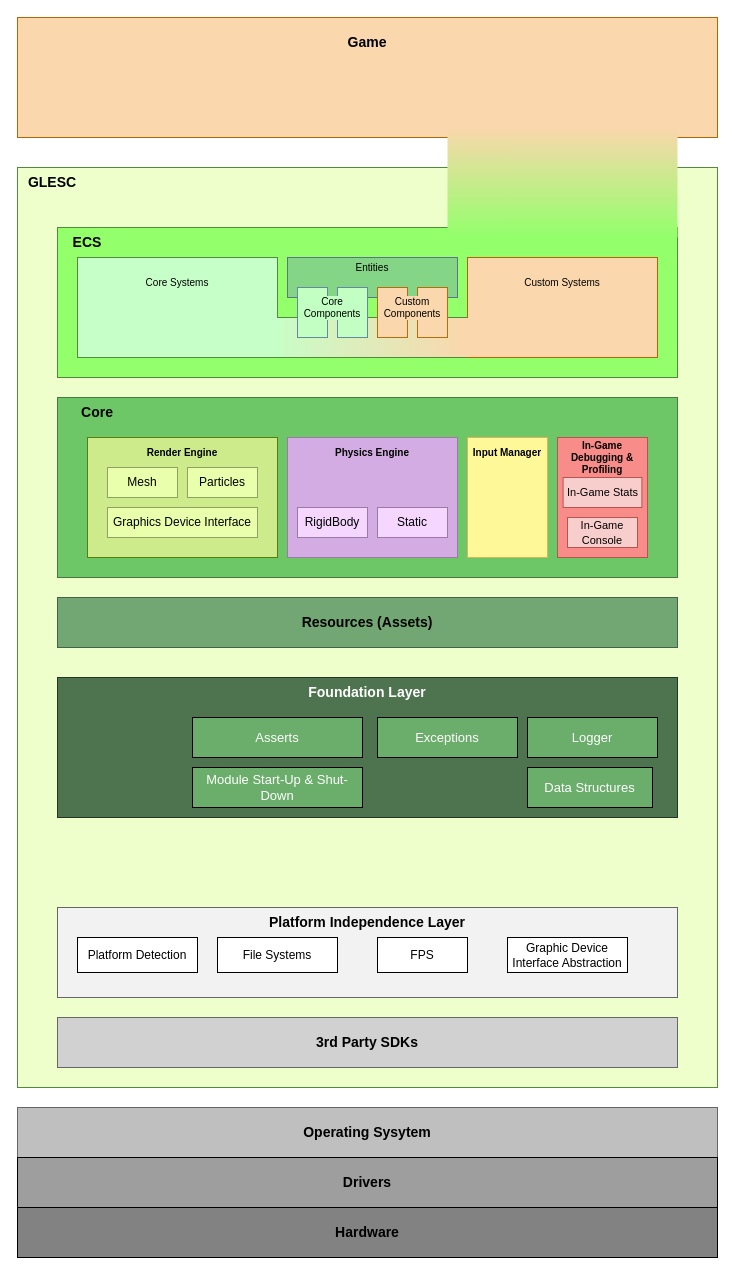
Before: doc/diagrams/Architecture_Diagram.drawio in valydumitru01/GLESC, a draw.io diagram. Source tidied: cells renumbered, new cells numbered last; positions are measured from the earlier drawing's top-left corner, leaving out a move shared by most shapes. Both pictures are drawn from the tidied source at 100%, with x=0, y=0 at pixel (17, 17).
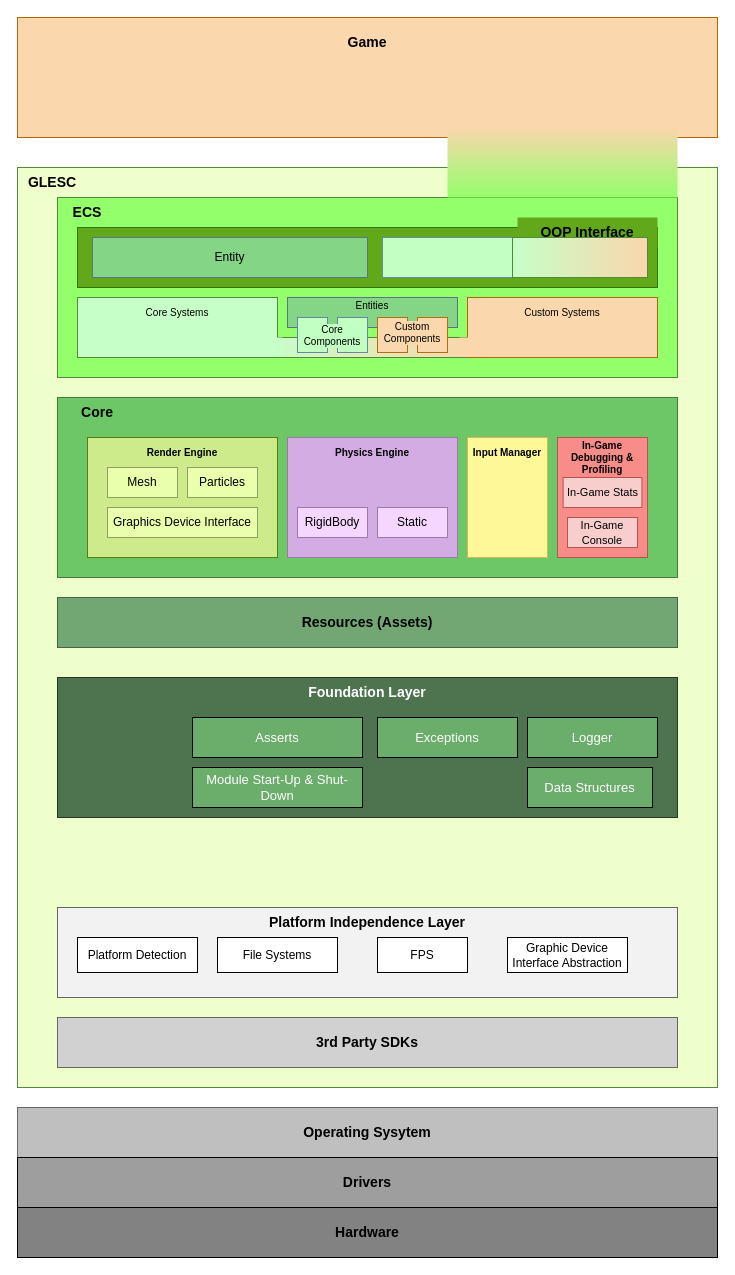
After the change.

The edit, as a diff of the source:
```diff
@@
     <mxCell id="25" style="rounded=0;whiteSpace=wrap;html=1;strokeColor=#528a3c;fillColor=#93ff6b;strokeWidth=1;shadow=0;glass=0;" parent="1" vertex="1">
-      <mxGeometry x="40" y="210" width="620" height="150" as="geometry" />
+      <mxGeometry x="40" y="180" width="620" height="180" as="geometry" />
     </mxCell>
     <mxCell id="26" style="group;shadow=0;glass=0;rounded=0;" parent="1" vertex="1">
-      <mxGeometry x="270" y="240" width="170" height="40" as="geometry" />
+      <mxGeometry x="270" y="280" width="170" height="30" as="geometry" />
     </mxCell>
     <mxCell id="27" style="rounded=0;whiteSpace=wrap;html=1;fillColor=#85d587;strokeColor=#5b7586;gradientColor=none;shadow=0;glass=0;" parent="26" vertex="1">
-      <mxGeometry width="170" height="40" as="geometry" />
+      <mxGeometry width="170" height="30" as="geometry" />
     </mxCell>
     <mxCell id="28" value="Entities" style="text;html=1;strokeColor=none;fillColor=none;align=center;verticalAlign=middle;whiteSpace=wrap;rounded=0;fontSize=10;shadow=0;glass=0;" parent="26" vertex="1">
-      <mxGeometry width="170" height="20" as="geometry" />
+      <mxGeometry width="170" height="15" as="geometry" />
     </mxCell>
     <mxCell id="29" value="ECS" style="text;html=1;strokeColor=none;fillColor=none;align=center;verticalAlign=middle;whiteSpace=wrap;rounded=0;fontStyle=1;fontSize=14;shadow=0;glass=0;" parent="1" vertex="1">
-      <mxGeometry x="40" y="210" width="60" height="30" as="geometry" />
+      <mxGeometry x="40" y="180" width="60" height="30" as="geometry" />
     </mxCell>
     <mxCell id="30" style="rounded=0;whiteSpace=wrap;html=1;perimeterSpacing=0;fillColor=#fad7ac;gradientColor=#93ff6b;strokeColor=none;strokeWidth=0;shadow=0;glass=0;" parent="1" vertex="1">
-      <mxGeometry x="430" y="110" width="230" height="110" as="geometry" />
+      <mxGeometry x="430" y="110" width="230" height="70" as="geometry" />
     </mxCell>
     <mxCell id="31" style="rounded=0;whiteSpace=wrap;html=1;rotation=90;fillColor=#c6ffc8;gradientColor=#fad7ac;gradientDirection=north;strokeColor=#528a3c;shadow=0;glass=0;" parent="1" vertex="1">
-      <mxGeometry x="330" y="220" width="40" height="200" as="geometry" />
+      <mxGeometry x="340" y="230" width="20" height="200" as="geometry" />
     </mxCell>
     <mxCell id="32" style="group;strokeColor=none;shadow=0;glass=0;rounded=0;" parent="1" vertex="1">
-      <mxGeometry x="60" y="240" width="200" height="100" as="geometry" />
+      <mxGeometry x="60" y="280" width="200" height="60" as="geometry" />
     </mxCell>
     <mxCell id="33" style="group;shadow=0;glass=0;rounded=0;" parent="32" vertex="1">
-      <mxGeometry width="200" height="100" as="geometry" />
+      <mxGeometry width="200" height="60" as="geometry" />
     </mxCell>
     <mxCell id="34" style="rounded=0;whiteSpace=wrap;html=1;fillColor=#c7ffc8;strokeColor=#518b3c;shadow=0;glass=0;" parent="33" vertex="1">
-      <mxGeometry width="200" height="100" as="geometry" />
+      <mxGeometry width="200" height="60" as="geometry" />
     </mxCell>
     <mxCell id="35" value="Core Systems" style="text;html=1;strokeColor=none;fillColor=none;align=center;verticalAlign=middle;whiteSpace=wrap;rounded=0;fontSize=10;shadow=0;glass=0;" parent="33" vertex="1">
-      <mxGeometry width="200" height="50" as="geometry" />
+      <mxGeometry width="200" height="30" as="geometry" />
     </mxCell>
     <mxCell id="36" style="group;shadow=0;glass=0;rounded=0;" parent="1" vertex="1">
-      <mxGeometry x="450" y="240" width="190" height="100" as="geometry" />
+      <mxGeometry x="450" y="280" width="190" height="60" as="geometry" />
     </mxCell>
     <mxCell id="37" style="rounded=0;whiteSpace=wrap;html=1;fillColor=#FAD7AC;gradientColor=#fad7ac;gradientDirection=north;strokeColor=#b46505;shadow=0;glass=0;" parent="36" vertex="1">
-      <mxGeometry width="190" height="100" as="geometry" />
+      <mxGeometry width="190" height="60" as="geometry" />
     </mxCell>
     <mxCell id="38" value="Custom Systems" style="text;html=1;strokeColor=none;fillColor=none;align=center;verticalAlign=middle;whiteSpace=wrap;rounded=0;fontSize=10;shadow=0;glass=0;" parent="36" vertex="1">
-      <mxGeometry width="190" height="50" as="geometry" />
+      <mxGeometry width="190" height="30" as="geometry" />
     </mxCell>
     <mxCell id="39" style="rounded=0;whiteSpace=wrap;html=1;fillColor=#c3ffc2;strokeColor=#6489A0;shadow=0;glass=0;" parent="1" vertex="1">
-      <mxGeometry x="280" y="270" width="30" height="50" as="geometry" />
+      <mxGeometry x="280" y="300" width="30" height="35" as="geometry" />
     </mxCell>
     <mxCell id="40" style="rounded=0;whiteSpace=wrap;html=1;fillColor=#c3ffc2;strokeColor=#6489A0;shadow=0;glass=0;" parent="1" vertex="1">
-      <mxGeometry x="320" y="270" width="30" height="50" as="geometry" />
+      <mxGeometry x="320" y="300" width="30" height="35" as="geometry" />
     </mxCell>
     <mxCell id="41" style="rounded=0;whiteSpace=wrap;html=1;fillColor=#fad7ac;strokeColor=#b36e0f;shadow=0;glass=0;" parent="1" vertex="1">
-      <mxGeometry x="400" y="270" width="30" height="50" as="geometry" />
+      <mxGeometry x="400" y="300" width="30" height="35" as="geometry" />
     </mxCell>
     <mxCell id="42" style="rounded=0;whiteSpace=wrap;html=1;fillColor=#fad7ac;strokeColor=#b36e0f;shadow=0;glass=0;" parent="1" vertex="1">
-      <mxGeometry x="360" y="270" width="30" height="50" as="geometry" />
+      <mxGeometry x="360" y="300" width="30" height="35" as="geometry" />
     </mxCell>
     <mxCell id="43" style="rounded=0;whiteSpace=wrap;html=1;strokeColor=none;fillColor=#fad7ac;shadow=0;glass=0;" parent="1" vertex="1">
-      <mxGeometry x="442" y="300.5" width="10" height="39" as="geometry" />
+      <mxGeometry x="442" y="320" width="10" height="19.5" as="geometry" />
     </mxCell>
     <mxCell id="44" style="rounded=0;whiteSpace=wrap;html=1;strokeColor=none;fillColor=#c6ffc8;shadow=0;glass=0;" parent="1" vertex="1">
-      <mxGeometry x="255" y="300.5" width="10" height="39" as="geometry" />
+      <mxGeometry x="255" y="320" width="10" height="19.5" as="geometry" />
     </mxCell>
     <mxCell id="45" value="Custom Components" style="text;strokeColor=none;fillColor=none;align=center;verticalAlign=middle;rounded=0;fontSize=10;labelBackgroundColor=#fad7ac;labelBorderColor=none;shadow=0;glass=0;whiteSpace=wrap;html=1;" parent="1" vertex="1">
-      <mxGeometry x="360" y="270" width="70" height="40" as="geometry" />
+      <mxGeometry x="360" y="295" width="70" height="40" as="geometry" />
     </mxCell>
     <mxCell id="46" value="Core Components" style="text;html=1;strokeColor=none;fillColor=none;align=center;verticalAlign=middle;whiteSpace=wrap;rounded=0;fontSize=10;rotation=0;labelBorderColor=none;labelBackgroundColor=#c2ffc2;shadow=0;glass=0;" parent="1" vertex="1">
-      <mxGeometry x="280" y="270" width="70" height="40" as="geometry" />
+      <mxGeometry x="280" y="305" width="70" height="25" as="geometry" />
     </mxCell>
@@
+    <mxCell id="68" style="rounded=0;whiteSpace=wrap;html=1;strokeColor=#2D7600;fillColor=#61A81A;fontColor=#ffffff;gradientColor=none;fillStyle=auto;" parent="1" vertex="1">
+      <mxGeometry x="60" y="210" width="580" height="60" as="geometry" />
+    </mxCell>
+    <mxCell id="69" value="OOP Interface" style="text;html=1;strokeColor=none;fillColor=#61A81A;align=center;verticalAlign=middle;whiteSpace=wrap;rounded=0;fontStyle=1;fontSize=14;shadow=0;glass=0;" parent="1" vertex="1">
+      <mxGeometry x="500" y="200" width="140" height="30" as="geometry" />
+    </mxCell>
+    <mxCell id="70" value="Entity" style="rounded=0;whiteSpace=wrap;html=1;fillColor=#85d587;strokeColor=#5b7586;gradientColor=none;shadow=0;glass=0;" parent="1" vertex="1">
+      <mxGeometry x="75" y="220" width="275" height="40" as="geometry" />
+    </mxCell>
+    <mxCell id="71" style="rounded=0;whiteSpace=wrap;html=1;fillColor=#c3ffc2;strokeColor=#6489A0;shadow=0;glass=0;" parent="1" vertex="1">
+      <mxGeometry x="365" y="220" width="265" height="40" as="geometry" />
+    </mxCell>
+    <mxCell id="72" style="rounded=0;whiteSpace=wrap;html=1;rotation=90;fillColor=#c6ffc8;gradientColor=#fad7ac;gradientDirection=north;strokeColor=#528a3c;shadow=0;glass=0;" parent="1" vertex="1">
+      <mxGeometry x="542.5" y="172.5" width="40" height="135" as="geometry" />
+    </mxCell>
```
